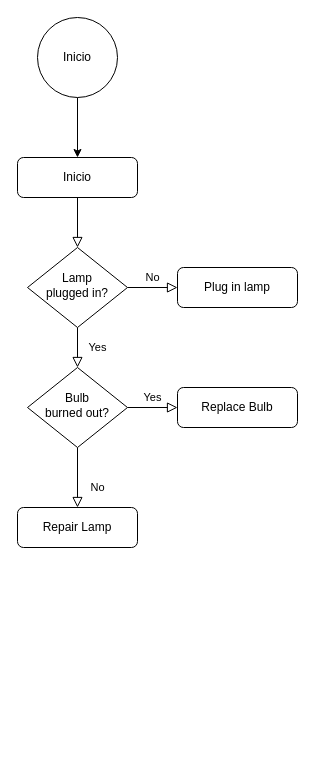
The draw.io diagram Documentacion/Untitled Diagram.drawio in CarlosOmarVela/Equipo3BootcampSel, before the edit. Source tidied: cells renumbered, new cells numbered last; positions are measured from the earlier drawing's top-left corner, leaving out a move shared by most shapes. Both pictures are drawn from the tidied source at 100%, with x=0, y=0 at pixel (17, 17).
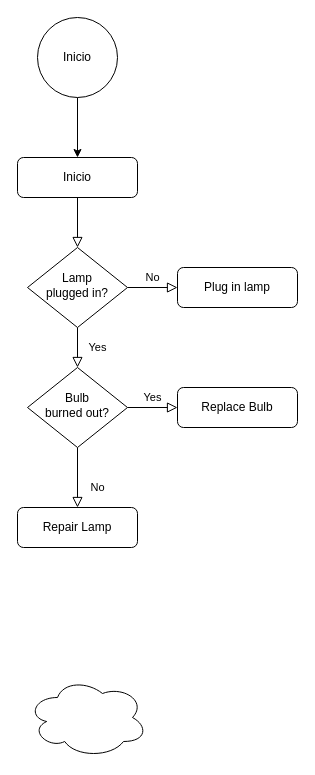
The same diagram, later.

Commit message:
Se agrego una nube

Change to the diagram source:
```diff
@@
 <mxGraphModel>
   <root>
     <mxCell id="0" />
     <mxCell id="1" parent="0" />
     <mxCell id="2" style="rounded=0;html=1;jettySize=auto;fontSize=11;endArrow=block;endFill=0;endSize=8;strokeWidth=1;shadow=0;labelBackgroundColor=none;edgeStyle=orthogonalEdgeStyle;" parent="1" edge="1" source="3" target="6">
       <mxGeometry relative="1" as="geometry" />
     </mxCell>
     <mxCell id="3" value="Inicio" style="rounded=1;whiteSpace=wrap;html=1;fontSize=12;glass=0;strokeWidth=1;shadow=0;" parent="1" vertex="1">
       <mxGeometry y="140" width="120" height="40" as="geometry" />
     </mxCell>
     <mxCell id="4" value="Yes" style="rounded=0;html=1;jettySize=auto;fontSize=11;endArrow=block;endFill=0;endSize=8;strokeWidth=1;shadow=0;labelBackgroundColor=none;edgeStyle=orthogonalEdgeStyle;" parent="1" edge="1" source="6" target="10">
       <mxGeometry y="20" relative="1" as="geometry" />
     </mxCell>
     <mxCell id="5" value="No" style="edgeStyle=orthogonalEdgeStyle;rounded=0;html=1;jettySize=auto;fontSize=11;endArrow=block;endFill=0;endSize=8;strokeWidth=1;shadow=0;labelBackgroundColor=none;" parent="1" edge="1" source="6" target="7">
       <mxGeometry y="10" relative="1" as="geometry" />
     </mxCell>
     <mxCell id="6" value="Lamp&lt;br&gt;plugged in?" style="rhombus;whiteSpace=wrap;html=1;shadow=0;fontFamily=Helvetica;fontSize=12;align=center;strokeWidth=1;spacing=6;spacingTop=-4;" parent="1" vertex="1">
       <mxGeometry x="10" y="230" width="100" height="80" as="geometry" />
     </mxCell>
     <mxCell id="7" value="Plug in lamp" style="rounded=1;whiteSpace=wrap;html=1;fontSize=12;glass=0;strokeWidth=1;shadow=0;" parent="1" vertex="1">
       <mxGeometry x="160" y="250" width="120" height="40" as="geometry" />
     </mxCell>
     <mxCell id="8" value="No" style="rounded=0;html=1;jettySize=auto;fontSize=11;endArrow=block;endFill=0;endSize=8;strokeWidth=1;shadow=0;labelBackgroundColor=none;edgeStyle=orthogonalEdgeStyle;" parent="1" edge="1" source="10" target="11">
       <mxGeometry x="0.33" y="20" relative="1" as="geometry" />
     </mxCell>
     <mxCell id="9" value="Yes" style="edgeStyle=orthogonalEdgeStyle;rounded=0;html=1;jettySize=auto;fontSize=11;endArrow=block;endFill=0;endSize=8;strokeWidth=1;shadow=0;labelBackgroundColor=none;" parent="1" edge="1" source="10" target="12">
       <mxGeometry y="10" relative="1" as="geometry" />
     </mxCell>
     <mxCell id="10" value="Bulb&lt;br&gt;burned out?" style="rhombus;whiteSpace=wrap;html=1;shadow=0;fontFamily=Helvetica;fontSize=12;align=center;strokeWidth=1;spacing=6;spacingTop=-4;" parent="1" vertex="1">
       <mxGeometry x="10" y="350" width="100" height="80" as="geometry" />
     </mxCell>
     <mxCell id="11" value="Repair Lamp" style="rounded=1;whiteSpace=wrap;html=1;fontSize=12;glass=0;strokeWidth=1;shadow=0;" parent="1" vertex="1">
       <mxGeometry y="490" width="120" height="40" as="geometry" />
     </mxCell>
     <mxCell id="12" value="Replace Bulb" style="rounded=1;whiteSpace=wrap;html=1;fontSize=12;glass=0;strokeWidth=1;shadow=0;" parent="1" vertex="1">
       <mxGeometry x="160" y="370" width="120" height="40" as="geometry" />
     </mxCell>
     <mxCell id="13" style="edgeStyle=orthogonalEdgeStyle;rounded=0;jettySize=auto;html=1;exitX=0.5;exitY=1;exitDx=0;exitDy=0;entryX=0.5;entryY=0;entryDx=0;entryDy=0;" parent="1" edge="1" source="14" target="3">
       <mxGeometry relative="1" as="geometry" />
     </mxCell>
     <mxCell id="14" value="Inicio" style="ellipse;whiteSpace=wrap;html=1;" parent="1" vertex="1">
       <mxGeometry x="20" width="80" height="80" as="geometry" />
     </mxCell>
+    <mxCell id="15" style="ellipse;shape=cloud;whiteSpace=wrap;html=1;" parent="1" vertex="1">
+      <mxGeometry x="10" y="660" width="120" height="80" as="geometry" />
+    </mxCell>
   </root>
 </mxGraphModel>
```
